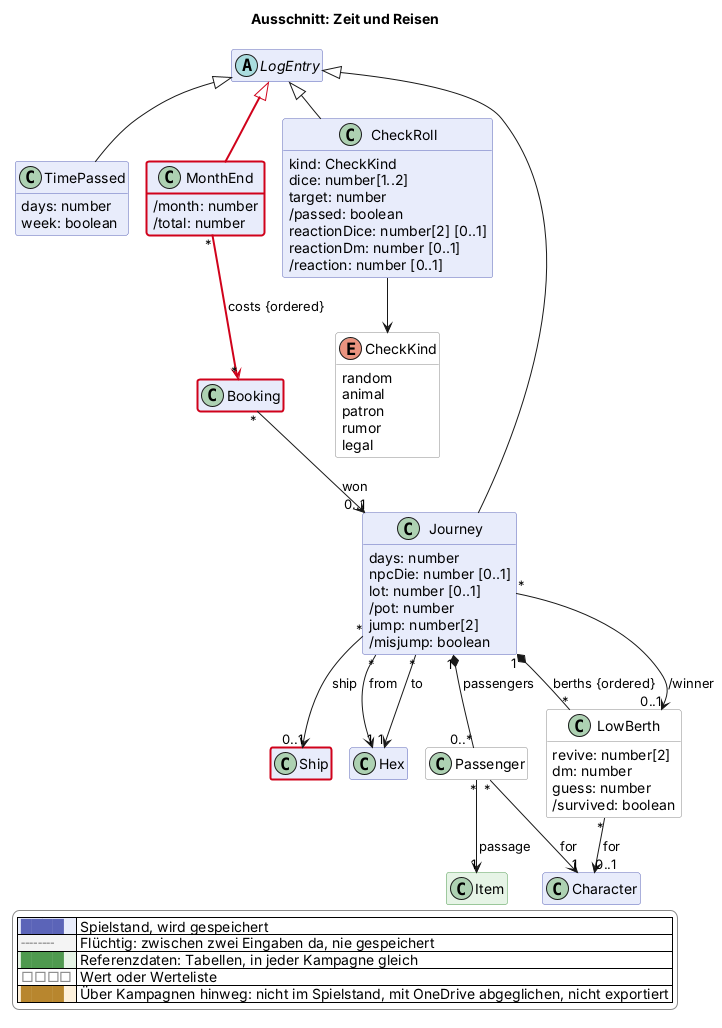
This is docs/views/reise.png from scuzzar/SRE, a PlantUML export, as it was before one commit.
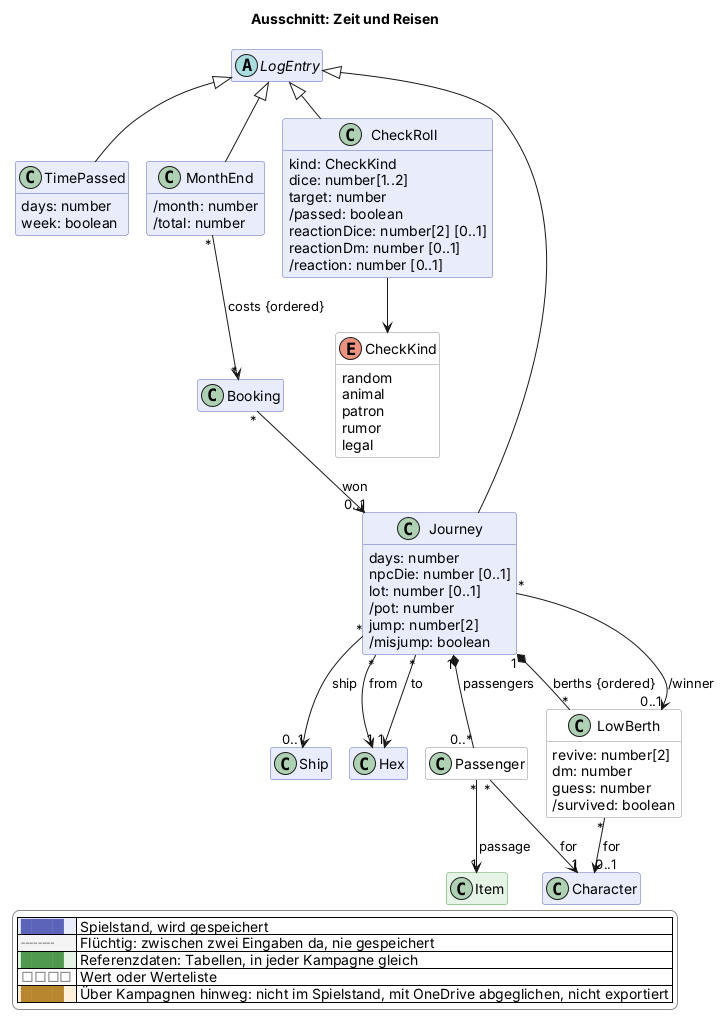
After the commit.

The edit, as a diff of the source:
```diff
@@ -83,7 +83,7 @@
     days: number
     week: boolean
   }
-  class MonthEnd $reise $newClass("2026-11-17b") {
+  class MonthEnd $reise {
     /month: number
     /total: number
   }
@@ -138,8 +138,8 @@
 LowBerth "*" --> "0..1" Character : for
 Journey "*" --> "0..1" LowBerth : /winner
 Journey "*" --> "0..1" Ship : ship
-LogEntry <|-$newArrow("2026-11-17b")- MonthEnd
-MonthEnd "*" -$newArrow("2026-11-17b")-> "*" Booking : costs {ordered}
+LogEntry <|-- MonthEnd
+MonthEnd "*" --> "*" Booking : costs {ordered}
 Booking "*" --> "0..1" Journey : won
 
 
@@ -160,6 +160,4 @@
   |<#ffffff> <color:#8a8a8a>□□□□</color> | Wert oder Werteliste |
   |<#fdf1dc> <color:#b8862e>████</color> | Über Kampagnen hinweg: nicht im Spielstand, mit OneDrive abgeglichen, nicht exportiert |
 endlegend
-class Booking #line:d0021b;line.bold
-class Ship #line:d0021b;line.bold
 @enduml
```
